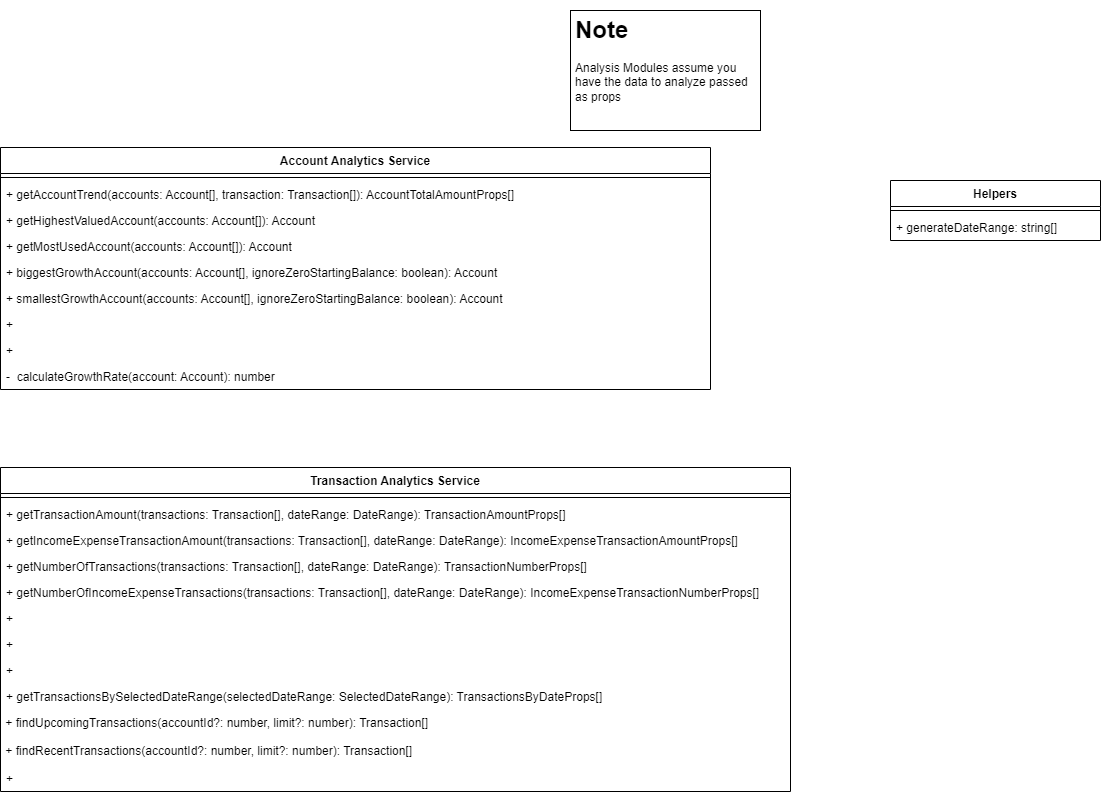
Before: ERD_and_Implementation/diagrams/analytics.services.drawio.png, a diagram exported from draw.io (ssanjose/transact). Source tidied: cells renumbered, new cells last; positions are measured from the earlier drawing's top-left corner, leaving out a move shared by most shapes.
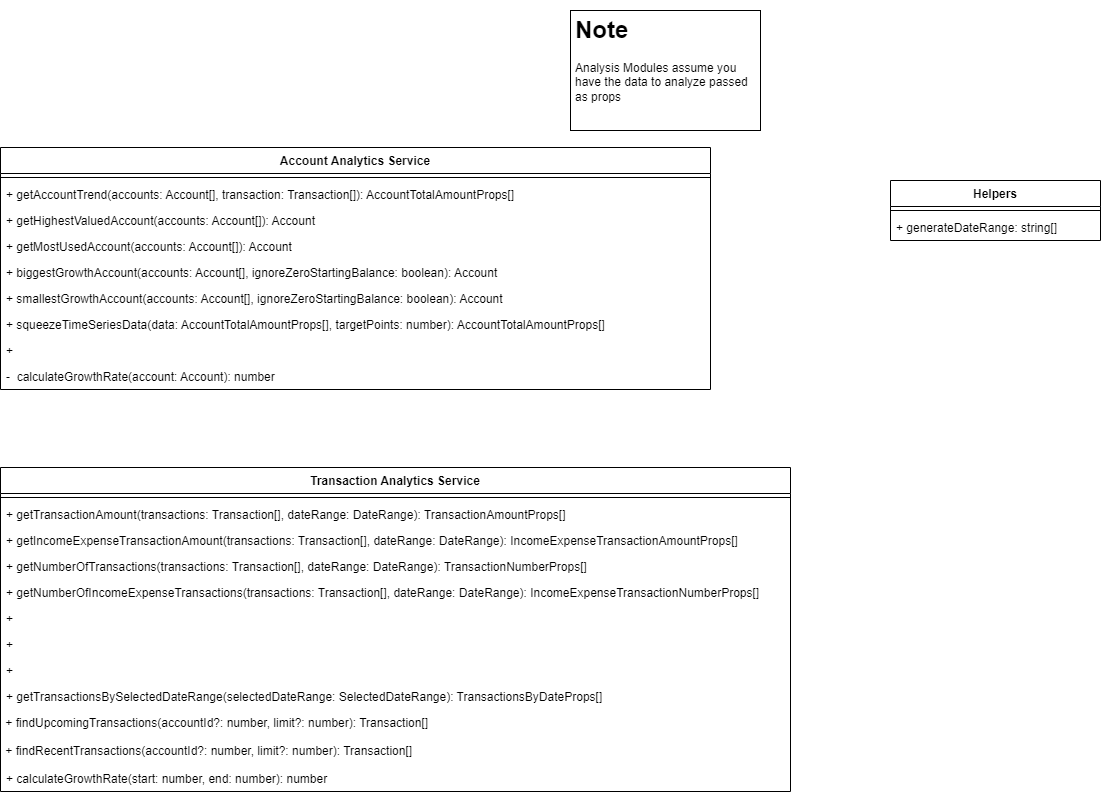
The same diagram one commit later.

Commit message:
add: helper functions to calculate growth between two numbers, and squeeze time series data like AccountTotalAmountProps

The edit, as a diff of the source:
```diff
@@ -23,7 +23,7 @@
     <mxCell id="8" value="+ smallestGrowthAccount(accounts: Account[], ignoreZeroStartingBalance: boolean): Account" style="text;strokeColor=none;fillColor=none;align=left;verticalAlign=top;spacingLeft=4;spacingRight=4;overflow=hidden;" parent="2" vertex="1">
       <mxGeometry y="138" width="710" height="26" as="geometry" />
     </mxCell>
-    <mxCell id="9" value="+" style="text;strokeColor=none;fillColor=none;align=left;verticalAlign=top;spacingLeft=4;spacingRight=4;overflow=hidden;" parent="2" vertex="1">
+    <mxCell id="9" value="+ squeezeTimeSeriesData(data: AccountTotalAmountProps[], targetPoints: number): AccountTotalAmountProps[]" style="text;strokeColor=none;fillColor=none;align=left;verticalAlign=top;spacingLeft=4;spacingRight=4;overflow=hidden;" parent="2" vertex="1">
       <mxGeometry y="164" width="710" height="26" as="geometry" />
     </mxCell>
     <mxCell id="10" value="+" style="text;strokeColor=none;fillColor=none;align=left;verticalAlign=top;spacingLeft=4;spacingRight=4;overflow=hidden;" parent="2" vertex="1">
@@ -68,7 +68,7 @@
     <mxCell id="23" value="&lt;span style=&quot;font-family: Helvetica; font-size: 12px; font-style: normal; font-variant-ligatures: normal; font-variant-caps: normal; font-weight: 400; letter-spacing: normal; orphans: 2; text-align: left; text-indent: 0px; text-transform: none; widows: 2; word-spacing: 0px; -webkit-text-stroke-width: 0px; text-decoration-thickness: initial; text-decoration-style: initial; text-decoration-color: initial; float: none; display: inline !important;&quot;&gt;&amp;nbsp;+ findRecentTransactions(accountId?: number, limit?: number): Transaction[]&lt;/span&gt;" style="text;whiteSpace=wrap;html=1;fontColor=default;labelBackgroundColor=none;" parent="12" vertex="1">
       <mxGeometry y="270" width="790" height="28" as="geometry" />
     </mxCell>
-    <mxCell id="24" value="+" style="text;strokeColor=none;fillColor=none;align=left;verticalAlign=top;spacingLeft=4;spacingRight=4;overflow=hidden;" parent="12" vertex="1">
+    <mxCell id="24" value="+ calculateGrowthRate(start: number, end: number): number" style="text;strokeColor=none;fillColor=none;align=left;verticalAlign=top;spacingLeft=4;spacingRight=4;overflow=hidden;" parent="12" vertex="1">
       <mxGeometry y="298" width="790" height="26" as="geometry" />
     </mxCell>
     <mxCell id="25" value="&lt;h1&gt;Note&lt;/h1&gt;&lt;p&gt;Analysis Modules assume you have the data to analyze passed as props&lt;/p&gt;" style="text;html=1;spacing=5;spacingTop=-20;whiteSpace=wrap;overflow=hidden;rounded=0;glass=0;shadow=0;fillColor=none;gradientColor=none;strokeColor=default;" parent="1" vertex="1">
```
